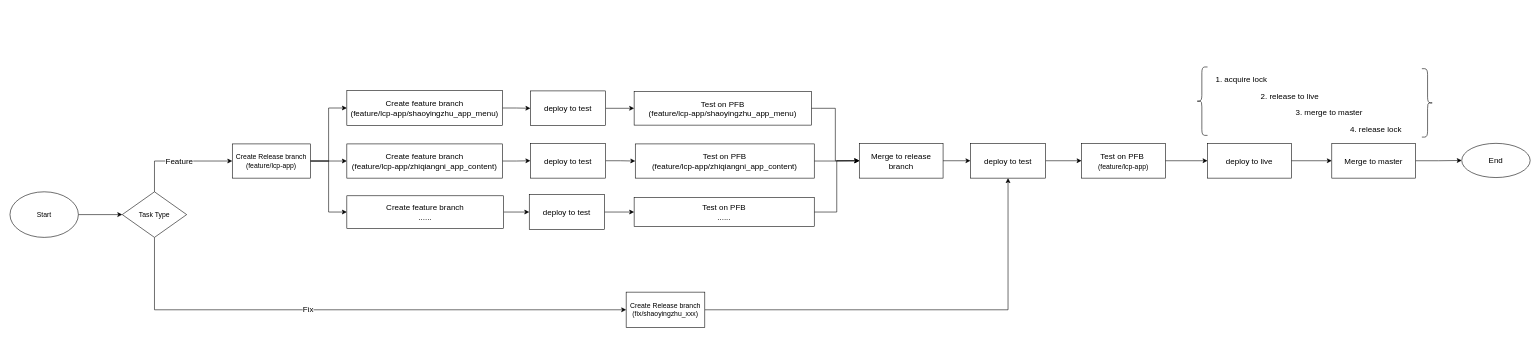
Earlier version of the draw.io diagram lcp-git-flow.drawio (Zsynuting/diagram). Source tidied: cells renumbered, new cells numbered last; positions are measured from the earlier drawing's top-left corner, leaving out a move shared by most shapes. Both pictures are drawn from the tidied source at 57%, with x=0, y=0 at pixel (10, 67).
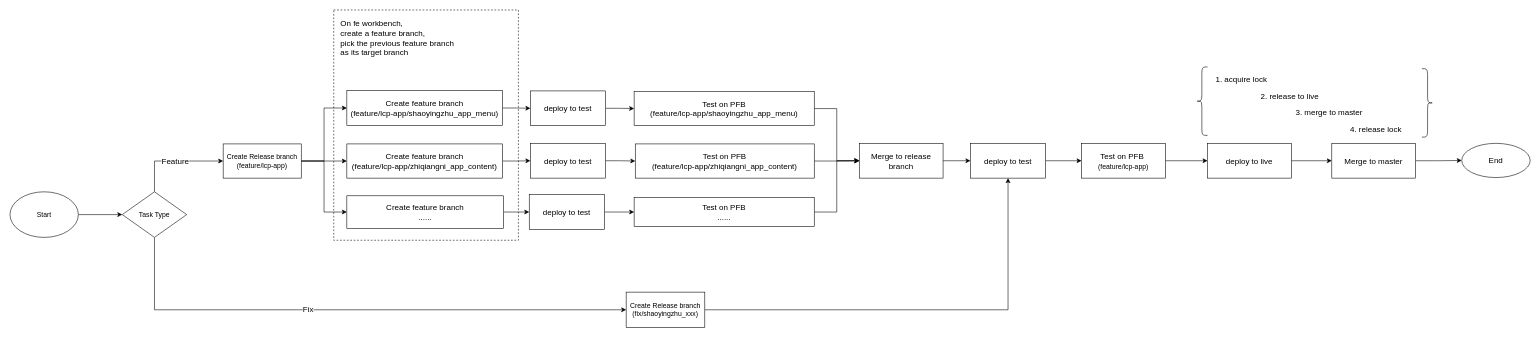
After the change.

What changed in the source:
```diff
@@
+    <mxCell id="50" style="rounded=0;whiteSpace=wrap;html=1;fontSize=14;dashed=1;" parent="1" vertex="1">
+      <mxGeometry x="568" y="-100" width="324" height="404" as="geometry" />
+    </mxCell>
@@
     <mxCell id="12" value="Create Release branch&lt;br&gt;(feature/lcp-app)" style="whiteSpace=wrap;html=1;" parent="1" vertex="1">
-      <mxGeometry x="390" y="135" width="137" height="60" as="geometry" />
+      <mxGeometry x="374" y="135" width="137" height="60" as="geometry" />
     </mxCell>
@@
     <mxCell id="22" value="Test on PFB&lt;br&gt;(feature/lcp-app/shaoyingzhu_app_menu)" style="whiteSpace=wrap;html=1;fontSize=14;" parent="1" vertex="1">
-      <mxGeometry x="1095" y="43" width="311" height="59" as="geometry" />
+      <mxGeometry x="1095" y="43" width="316" height="60" as="geometry" />
     </mxCell>
@@
+    <mxCell id="51" value="On fe workbench, &lt;br&gt;create a feature branch, &lt;br&gt;pick the previous feature branch &lt;br&gt;as its target branch&amp;nbsp;" style="text;html=1;align=left;verticalAlign=middle;strokeColor=none;fillColor=none;fontSize=14;dashed=1;" parent="1" vertex="1">
+      <mxGeometry x="578" y="-91" width="217" height="79" as="geometry" />
+    </mxCell>
```
